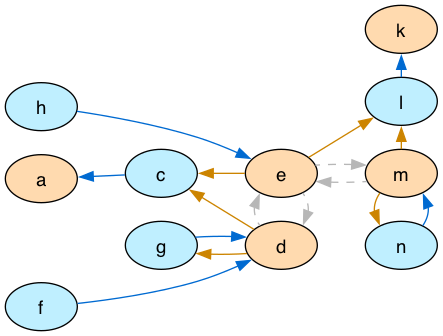
This is lib/graphs/arg_pw2_graph_colored.png from idaks/Games-and-Argumentation, a Graphviz export, as it was before one commit. Its source is kept beside it as lib/graphs/arg_pw2_graph_colored.dot. The source it was exported from:
```dot
digraph G {
  rankdir="LR"
  node [shape=oval style=filled fontname=Helvetica fontsize=14]
  node [fillcolor="#ffdaaf" fontcolor="#000000"] a k d e m;
  node [fillcolor="#bfefff" fontcolor="#000000"] c l f g h n;
  edge [dir=back, color="#006ad1", style="solid"]
        "a" -> "c";
        "k" -> "l";
        "d" -> "f";
        "d" -> "g";
        "e" -> "h";
        "m" -> "n";
  edge [dir=back, color="#cc8400", style="solid"]
        "c" -> "d";
        "c" -> "e";
        "l" -> "e";
        "l" -> "m";
        "g" -> "d";
        "n" -> "m";
  edge [dir=back, color="#b7b7b7", style="dashed"]
        "d" -> "e";
        "e" -> "d";
        "e" -> "m";
        "m" -> "e";

  {rank = min; f; h}
  {rank = same; d; e}
  {rank = same; c; g}
  {rank = max; k; l; m; n}
}
```
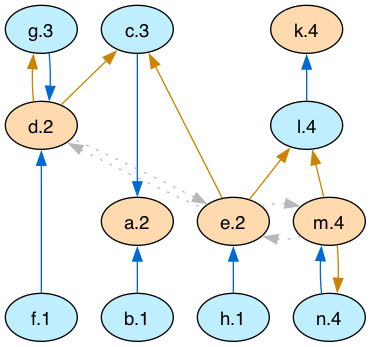
The same diagram one commit later.

Diff of the diagram source:
```diff
@@ -1,30 +1,41 @@
 digraph G {
-  rankdir="LR"
+  rankdir="TB"
   node [shape=oval style=filled fontname=Helvetica fontsize=14]
-  node [fillcolor="#ffdaaf" fontcolor="#000000"] a k d e m;
-  node [fillcolor="#bfefff" fontcolor="#000000"] c l f g h n;
-  edge [dir=back, color="#006ad1", style="solid"]
-        "a" -> "c";
-        "k" -> "l";
-        "d" -> "f";
-        "d" -> "g";
-        "e" -> "h";
-        "m" -> "n";
-  edge [dir=back, color="#cc8400", style="solid"]
-        "c" -> "d";
-        "c" -> "e";
-        "l" -> "e";
-        "l" -> "m";
-        "g" -> "d";
-        "n" -> "m";
-  edge [dir=back, color="#b7b7b7", style="dashed"]
-        "d" -> "e";
-        "e" -> "d";
-        "e" -> "m";
-        "m" -> "e";
+  node [fillcolor="#ffdaaf" fontcolor="#000000"]
+       a[label="a.2"]
+       k[label="k.4"]
+       d[label="d.2"]
+       e[label="e.2"]
+       m[label="m.4"]
+  node [fillcolor="#bfefff" fontcolor="#000000"]
+       c[label="c.3"]
+       b[label="b.1"]
+       l[label="l.4"]
+       f[label="f.1"]
+       g[label="g.3"]
+       h[label="h.1"]
+       n[label="n.4"]
+  edge [dir=back color="#006ad1" style="solid"]
+        "a" -> "c"
+        "a" -> "b"
+        "k" -> "l"
+        "d" -> "f"
+        "d" -> "g"
+        "e" -> "h"
+        "m" -> "n"
+  edge [dir=back color="#cc8400" style="solid"]
+        "c" -> "d"
+        "c" -> "e"
+        "l" -> "e"
+        "l" -> "m"
+        "g" -> "d"
+        "n" -> "m"
+  edge [dir=back color="#b7b7b7" style="dotted" constraint=false]
+        "d" -> "e"
+        "e" -> "d"
+        "e" -> "m"
+        "m" -> "e"
 
-  {rank = min; f; h}
-  {rank = same; d; e}
-  {rank = same; c; g}
-  {rank = max; k; l; m; n}
+  {rank = max; b; f; h}
+  {rank = min; c; g}
 }
```
